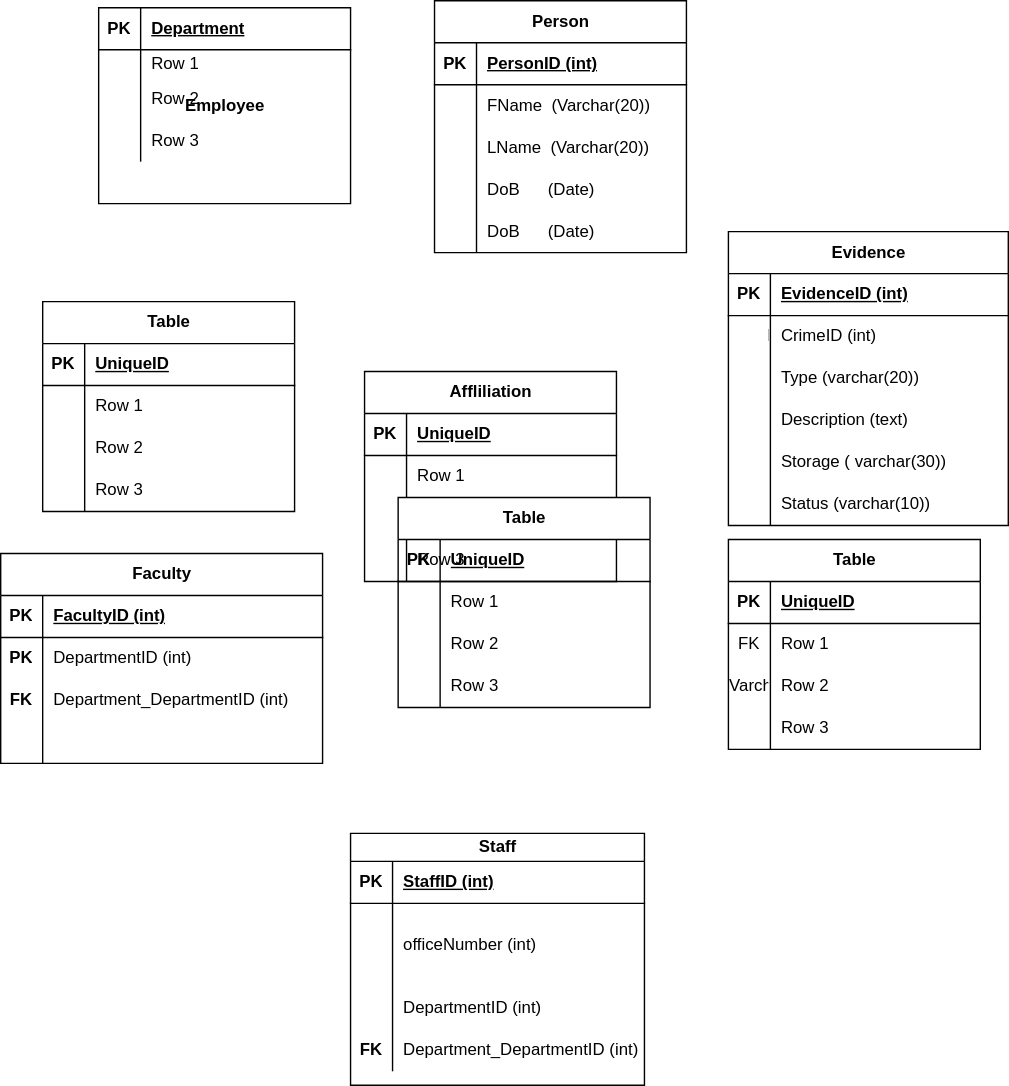
The draw.io diagram Untitled Diagram.drawio.svg in Priscile2/Diagrams, before a commit. Source tidied: cells renumbered, new cells last; positions are measured from the earlier drawing's top-left corner, leaving out a move shared by most shapes.
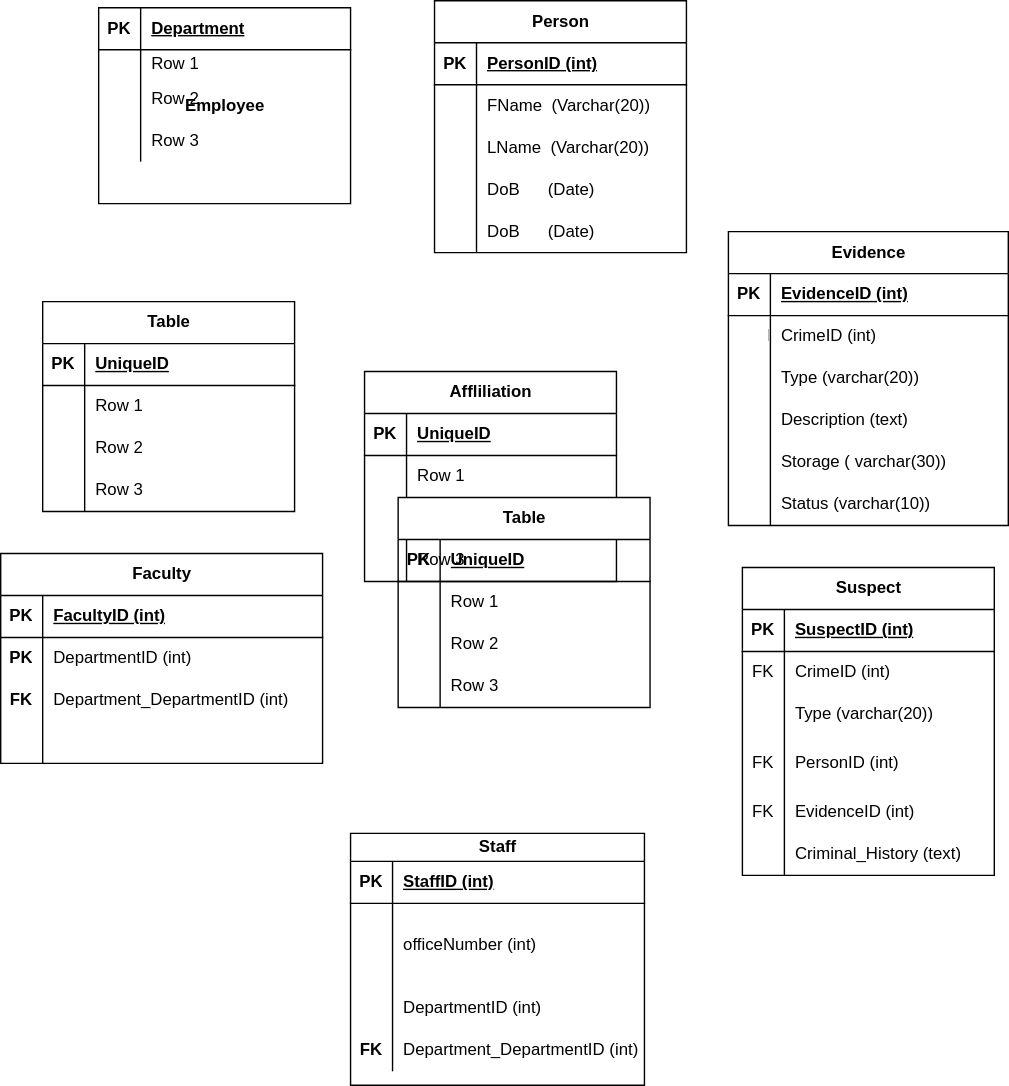
Above is the later version.

Change to the diagram source:
```diff
@@ -224,8 +224,8 @@
     <mxCell id="75" value="Status (varchar(10))" style="shape=partialRectangle;fillColor=none;top=0;left=0;bottom=0;right=0;align=left;spacingLeft=6;overflow=hidden;whiteSpace=wrap;html=1;" parent="73" vertex="1">
       <mxGeometry x="30" width="170" height="30" as="geometry" />
     </mxCell>
-    <mxCell id="76" value="Table" style="shape=table;startSize=30;rowLines=0;fontStyle=1;align=center;html=1;" parent="1" vertex="1">
-      <mxGeometry x="520" y="385" width="180" height="150" as="geometry" />
+    <mxCell id="76" value="Suspect" style="shape=table;startSize=30;rowLines=0;fontStyle=1;align=center;html=1;" parent="1" vertex="1">
+      <mxGeometry x="530" y="405" width="180" height="220" as="geometry" />
     </mxCell>
     <mxCell id="77" style="shape=tableRow;horizontal=0;startSize=0;swimlaneHead=0;swimlaneBody=0;fillColor=none;top=0;left=0;right=0;bottom=1;" parent="76" vertex="1">
       <mxGeometry y="30" width="180" height="30" as="geometry" />
@@ -233,7 +233,7 @@
     <mxCell id="78" value="PK" style="shape=partialRectangle;fillColor=none;top=0;left=0;bottom=0;right=0;fontStyle=1;overflow=hidden;whiteSpace=wrap;html=1;" parent="77" vertex="1">
       <mxGeometry width="30" height="30" as="geometry" />
     </mxCell>
-    <mxCell id="79" value="UniqueID" style="shape=partialRectangle;fillColor=none;top=0;left=0;bottom=0;right=0;align=left;spacingLeft=6;fontStyle=5;overflow=hidden;whiteSpace=wrap;html=1;" parent="77" vertex="1">
+    <mxCell id="79" value="SuspectID (int)" style="shape=partialRectangle;fillColor=none;top=0;left=0;bottom=0;right=0;align=left;spacingLeft=6;fontStyle=5;overflow=hidden;whiteSpace=wrap;html=1;" parent="77" vertex="1">
       <mxGeometry x="30" width="150" height="30" as="geometry" />
     </mxCell>
     <mxCell id="80" style="shape=tableRow;horizontal=0;startSize=0;swimlaneHead=0;swimlaneBody=0;fillColor=none;top=0;left=0;right=0;bottom=0;" parent="76" vertex="1">
@@ -242,27 +242,45 @@
     <mxCell id="81" value="FK" style="shape=partialRectangle;fillColor=none;top=0;left=0;bottom=0;right=0;overflow=hidden;whiteSpace=wrap;html=1;" parent="80" vertex="1">
       <mxGeometry width="30" height="30" as="geometry" />
     </mxCell>
-    <mxCell id="82" value="Row 1" style="shape=partialRectangle;fillColor=none;top=0;left=0;bottom=0;right=0;align=left;spacingLeft=6;overflow=hidden;whiteSpace=wrap;html=1;" parent="80" vertex="1">
+    <mxCell id="82" value="CrimeID (int)" style="shape=partialRectangle;fillColor=none;top=0;left=0;bottom=0;right=0;align=left;spacingLeft=6;overflow=hidden;whiteSpace=wrap;html=1;" parent="80" vertex="1">
       <mxGeometry x="30" width="150" height="30" as="geometry" />
     </mxCell>
     <mxCell id="83" style="shape=tableRow;horizontal=0;startSize=0;swimlaneHead=0;swimlaneBody=0;fillColor=none;top=0;left=0;right=0;bottom=0;" parent="76" vertex="1">
       <mxGeometry y="90" width="180" height="30" as="geometry" />
     </mxCell>
-    <mxCell id="84" value="Varchar" style="shape=partialRectangle;fillColor=none;top=0;left=0;bottom=0;right=0;overflow=hidden;whiteSpace=wrap;html=1;" parent="83" vertex="1">
+    <mxCell id="84" style="shape=partialRectangle;fillColor=none;top=0;left=0;bottom=0;right=0;overflow=hidden;whiteSpace=wrap;html=1;" parent="83" vertex="1">
       <mxGeometry width="30" height="30" as="geometry" />
     </mxCell>
-    <mxCell id="85" value="Row 2" style="shape=partialRectangle;fillColor=none;top=0;left=0;bottom=0;right=0;align=left;spacingLeft=6;overflow=hidden;whiteSpace=wrap;html=1;" parent="83" vertex="1">
+    <mxCell id="85" value="Type (varchar(20))" style="shape=partialRectangle;fillColor=none;top=0;left=0;bottom=0;right=0;align=left;spacingLeft=6;overflow=hidden;whiteSpace=wrap;html=1;" parent="83" vertex="1">
       <mxGeometry x="30" width="150" height="30" as="geometry" />
     </mxCell>
     <mxCell id="86" style="shape=tableRow;horizontal=0;startSize=0;swimlaneHead=0;swimlaneBody=0;fillColor=none;top=0;left=0;right=0;bottom=0;" parent="76" vertex="1">
-      <mxGeometry y="120" width="180" height="30" as="geometry" />
+      <mxGeometry y="120" width="180" height="40" as="geometry" />
     </mxCell>
-    <mxCell id="87" style="shape=partialRectangle;fillColor=none;top=0;left=0;bottom=0;right=0;overflow=hidden;whiteSpace=wrap;html=1;" parent="86" vertex="1">
-      <mxGeometry width="30" height="30" as="geometry" />
+    <mxCell id="87" value="FK" style="shape=partialRectangle;fillColor=none;top=0;left=0;bottom=0;right=0;overflow=hidden;whiteSpace=wrap;html=1;" parent="86" vertex="1">
+      <mxGeometry width="30" height="40" as="geometry" />
     </mxCell>
-    <mxCell id="88" value="Row 3" style="shape=partialRectangle;fillColor=none;top=0;left=0;bottom=0;right=0;align=left;spacingLeft=6;overflow=hidden;whiteSpace=wrap;html=1;" parent="86" vertex="1">
-      <mxGeometry x="30" width="150" height="30" as="geometry" />
+    <mxCell id="88" value="PersonID (int)" style="shape=partialRectangle;fillColor=none;top=0;left=0;bottom=0;right=0;align=left;spacingLeft=6;overflow=hidden;whiteSpace=wrap;html=1;" parent="86" vertex="1">
+      <mxGeometry x="30" width="150" height="40" as="geometry" />
     </mxCell>
+    <mxCell id="128" style="shape=tableRow;horizontal=0;startSize=0;swimlaneHead=0;swimlaneBody=0;fillColor=none;top=0;left=0;right=0;bottom=0;" parent="76" vertex="1">
+      <mxGeometry y="160" width="180" height="30" as="geometry" />
+    </mxCell>
+    <mxCell id="129" value="FK" style="shape=partialRectangle;fillColor=none;top=0;left=0;bottom=0;right=0;overflow=hidden;whiteSpace=wrap;html=1;" parent="128" vertex="1">
+      <mxGeometry width="30" height="30" as="geometry" />
+    </mxCell>
+    <mxCell id="130" value="EvidenceID (int)" style="shape=partialRectangle;fillColor=none;top=0;left=0;bottom=0;right=0;align=left;spacingLeft=6;overflow=hidden;whiteSpace=wrap;html=1;" parent="128" vertex="1">
+      <mxGeometry x="30" width="150" height="30" as="geometry" />
+    </mxCell>
+    <mxCell id="131" style="shape=tableRow;horizontal=0;startSize=0;swimlaneHead=0;swimlaneBody=0;fillColor=none;top=0;left=0;right=0;bottom=0;" parent="76" vertex="1">
+      <mxGeometry y="190" width="180" height="30" as="geometry" />
+    </mxCell>
+    <mxCell id="132" style="shape=partialRectangle;fillColor=none;top=0;left=0;bottom=0;right=0;overflow=hidden;whiteSpace=wrap;html=1;" parent="131" vertex="1">
+      <mxGeometry width="30" height="30" as="geometry" />
+    </mxCell>
+    <mxCell id="133" value="Criminal_History (text)" style="shape=partialRectangle;fillColor=none;top=0;left=0;bottom=0;right=0;align=left;spacingLeft=6;overflow=hidden;whiteSpace=wrap;html=1;" parent="131" vertex="1">
+      <mxGeometry x="30" width="150" height="30" as="geometry" />
+    </mxCell>
     <mxCell id="89" value="Table" style="shape=table;startSize=30;rowLines=0;fontStyle=1;align=center;html=1;" parent="1" vertex="1">
       <mxGeometry x="284" y="355" width="180" height="150" as="geometry" />
     </mxCell>
```
